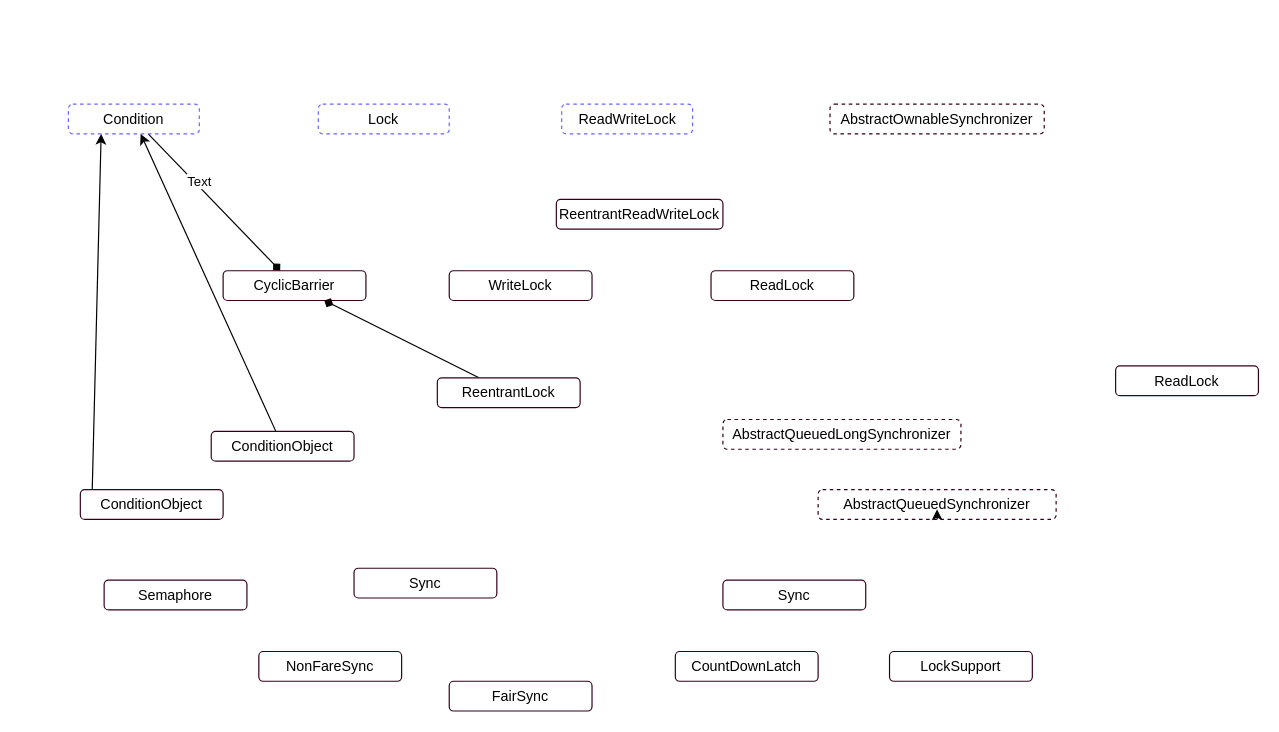
Earlier version of the draw.io diagram 未命名绘图.drawio (Burny-Tech/Burny-drawio). Source tidied: cells renumbered, new cells numbered last; positions are measured from the earlier drawing's top-left corner, leaving out a move shared by most shapes. Both pictures are drawn from the tidied source at 119%, with x=0, y=0 at pixel (68, 104).
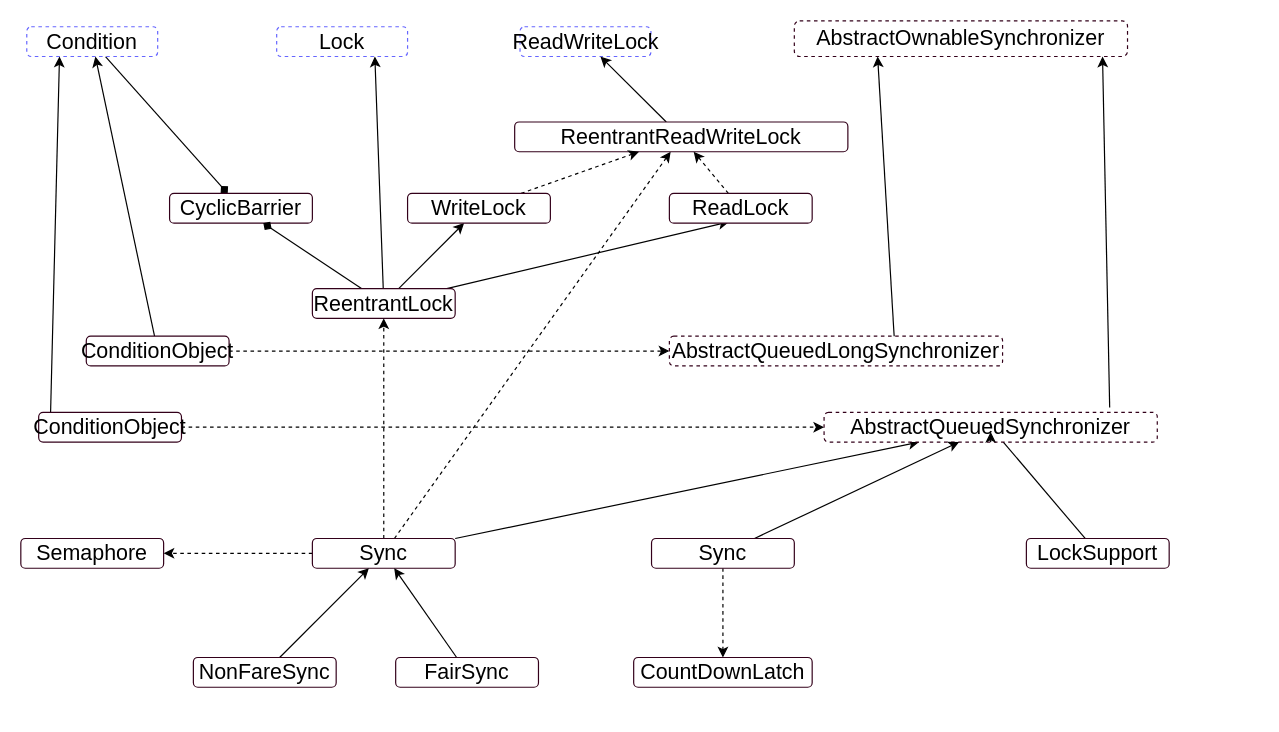
The same page after the edit.

Commit message (it also covers changes not shown here):
更新未命名绘图.drawio

Diff of the diagram source:
```diff
@@
-    <mxCell id="2" style="edgeStyle=none;rounded=0;jettySize=auto;html=1;startArrow=none;startFill=0;endArrow=diamond;endFill=1;" parent="1" edge="1" source="4" target="8">
+    <mxCell id="2" style="edgeStyle=none;rounded=0;jettySize=auto;html=1;startArrow=none;startFill=0;endArrow=diamond;endFill=1;fontSize=18;" parent="1" edge="1" source="4" target="8">
       <mxGeometry relative="1" as="geometry" />
     </mxCell>
-    <mxCell id="3" value="Text" style="edgeLabel;html=1;align=center;verticalAlign=middle;" parent="2" vertex="1">
-      <mxGeometry x="-0.29" y="2" relative="1" as="geometry">
-        <mxPoint x="1" as="offset" />
-      </mxGeometry>
-    </mxCell>
-    <mxCell id="4" value="Condition" style="rounded=1;whiteSpace=wrap;html=1;dashed=1;strokeColor=#6666FF;" parent="1" vertex="1">
-      <mxGeometry width="110" height="25" as="geometry" />
+    <mxCell id="4" value="Condition" style="rounded=1;whiteSpace=wrap;html=1;dashed=1;strokeColor=#6666FF;fontSize=18;" parent="1" vertex="1">
+      <mxGeometry x="-35" y="-65" width="110" height="25" as="geometry" />
     </mxCell>
-    <mxCell id="5" value="Lock" style="rounded=1;whiteSpace=wrap;html=1;dashed=1;strokeColor=#6666FF;" parent="1" vertex="1">
-      <mxGeometry x="210" width="110" height="25" as="geometry" />
+    <mxCell id="5" value="Lock" style="rounded=1;whiteSpace=wrap;html=1;dashed=1;strokeColor=#6666FF;fontSize=18;" parent="1" vertex="1">
+      <mxGeometry x="175" y="-65" width="110" height="25" as="geometry" />
     </mxCell>
-    <mxCell id="6" value="ReadWriteLock" style="rounded=1;whiteSpace=wrap;html=1;dashed=1;strokeColor=#6666FF;" parent="1" vertex="1">
-      <mxGeometry x="414.5" width="110" height="25" as="geometry" />
+    <mxCell id="6" value="ReadWriteLock" style="rounded=1;whiteSpace=wrap;html=1;dashed=1;strokeColor=#6666FF;fontSize=18;" parent="1" vertex="1">
+      <mxGeometry x="379.5" y="-65" width="110" height="25" as="geometry" />
     </mxCell>
-    <mxCell id="7" value="AbstractOwnableSynchronizer" style="rounded=1;whiteSpace=wrap;html=1;dashed=1;strokeColor=#33001A;" parent="1" vertex="1">
-      <mxGeometry x="640" width="180" height="25" as="geometry" />
+    <mxCell id="7" value="AbstractOwnableSynchronizer" style="rounded=1;whiteSpace=wrap;html=1;dashed=1;strokeColor=#33001A;fontSize=18;" parent="1" vertex="1">
+      <mxGeometry x="610" y="-70" width="280" height="30" as="geometry" />
     </mxCell>
-    <mxCell id="8" value="CyclicBarrier" style="rounded=1;whiteSpace=wrap;html=1;strokeColor=#33001A;" parent="1" vertex="1">
-      <mxGeometry x="130" y="140" width="120" height="25" as="geometry" />
+    <mxCell id="8" value="CyclicBarrier" style="rounded=1;whiteSpace=wrap;html=1;strokeColor=#33001A;fontSize=18;" parent="1" vertex="1">
+      <mxGeometry x="85" y="75" width="120" height="25" as="geometry" />
     </mxCell>
-    <mxCell id="9" style="edgeStyle=none;rounded=0;jettySize=auto;html=1;startArrow=none;startFill=0;endArrow=diamond;endFill=1;" parent="1" edge="1" source="10" target="8">
+    <mxCell id="9" style="edgeStyle=none;rounded=0;jettySize=auto;html=1;startArrow=none;startFill=0;endArrow=diamond;endFill=1;fontSize=18;" parent="1" edge="1" source="10" target="8">
       <mxGeometry relative="1" as="geometry" />
     </mxCell>
+    <mxCell id="29" style="edgeStyle=none;rounded=0;jettySize=auto;html=1;entryX=0.75;entryY=1;entryDx=0;entryDy=0;startArrow=none;startFill=0;endArrow=classic;endFill=1;fontSize=18;" parent="1" edge="1" source="10" target="5">
+      <mxGeometry relative="1" as="geometry" />
+    </mxCell>
+    <mxCell id="30" style="edgeStyle=none;rounded=0;jettySize=auto;html=1;startArrow=none;startFill=0;endArrow=classic;endFill=1;fontSize=18;" parent="1" edge="1" source="10" target="20">
+      <mxGeometry relative="1" as="geometry" />
+    </mxCell>
+    <mxCell id="31" style="edgeStyle=none;rounded=0;jettySize=auto;html=1;entryX=0.417;entryY=0.96;entryDx=0;entryDy=0;entryPerimeter=0;startArrow=none;startFill=0;endArrow=classic;endFill=1;fontSize=18;" parent="1" edge="1" source="10" target="21">
+      <mxGeometry relative="1" as="geometry" />
+    </mxCell>
-    <mxCell id="10" value="ReentrantLock" style="rounded=1;whiteSpace=wrap;html=1;strokeColor=#33001A;" parent="1" vertex="1">
-      <mxGeometry x="310" y="230" width="120" height="25" as="geometry" />
+    <mxCell id="10" value="ReentrantLock" style="rounded=1;whiteSpace=wrap;html=1;strokeColor=#33001A;fontSize=18;" parent="1" vertex="1">
+      <mxGeometry x="205" y="155" width="120" height="25" as="geometry" />
     </mxCell>
-    <mxCell id="11" value="Semaphore" style="rounded=1;whiteSpace=wrap;html=1;strokeColor=#33001A;" parent="1" vertex="1">
-      <mxGeometry x="30" y="400" width="120" height="25" as="geometry" />
+    <mxCell id="11" value="Semaphore" style="rounded=1;whiteSpace=wrap;html=1;strokeColor=#33001A;fontSize=18;" parent="1" vertex="1">
+      <mxGeometry x="-40" y="365" width="120" height="25" as="geometry" />
     </mxCell>
-    <mxCell id="12" style="rounded=0;jettySize=auto;html=1;entryX=0.25;entryY=1;entryDx=0;entryDy=0;startArrow=none;startFill=0;exitX=0.083;exitY=0.08;exitDx=0;exitDy=0;exitPerimeter=0;" parent="1" edge="1" source="13" target="4">
+    <mxCell id="12" style="rounded=0;jettySize=auto;html=1;entryX=0.25;entryY=1;entryDx=0;entryDy=0;startArrow=none;startFill=0;exitX=0.083;exitY=0.08;exitDx=0;exitDy=0;exitPerimeter=0;fontSize=18;" parent="1" edge="1" source="13" target="4">
       <mxGeometry relative="1" as="geometry" />
     </mxCell>
+    <mxCell id="32" style="edgeStyle=none;rounded=0;jettySize=auto;html=1;startArrow=none;startFill=0;endArrow=classic;endFill=1;dashed=1;fontSize=18;" parent="1" edge="1" source="13" target="24">
+      <mxGeometry relative="1" as="geometry" />
+    </mxCell>
-    <mxCell id="13" value="ConditionObject" style="rounded=1;whiteSpace=wrap;html=1;strokeColor=#33001A;" parent="1" vertex="1">
-      <mxGeometry x="10" y="324" width="120" height="25" as="geometry" />
+    <mxCell id="13" value="ConditionObject" style="rounded=1;whiteSpace=wrap;html=1;strokeColor=#33001A;fontSize=18;" parent="1" vertex="1">
+      <mxGeometry x="-25" y="259" width="120" height="25" as="geometry" />
     </mxCell>
+    <mxCell id="33" style="edgeStyle=none;rounded=0;jettySize=auto;html=1;dashed=1;startArrow=none;startFill=0;endArrow=classic;endFill=1;fontSize=18;" parent="1" edge="1" source="14" target="11">
+      <mxGeometry relative="1" as="geometry" />
+    </mxCell>
+    <mxCell id="34" style="edgeStyle=none;rounded=0;jettySize=auto;html=1;startArrow=none;startFill=0;endArrow=classic;endFill=1;fontSize=18;" parent="1" edge="1" source="14" target="24">
+      <mxGeometry relative="1" as="geometry" />
+    </mxCell>
+    <mxCell id="35" style="edgeStyle=none;rounded=0;jettySize=auto;html=1;fontSize=18;startArrow=none;startFill=0;endArrow=classic;endFill=1;dashed=1;" parent="1" edge="1" source="14" target="10">
+      <mxGeometry relative="1" as="geometry" />
+    </mxCell>
+    <mxCell id="36" style="edgeStyle=none;rounded=0;jettySize=auto;html=1;dashed=1;fontSize=18;startArrow=none;startFill=0;endArrow=classic;endFill=1;" parent="1" edge="1" source="14" target="19">
+      <mxGeometry relative="1" as="geometry" />
+    </mxCell>
-    <mxCell id="14" value="Sync" style="rounded=1;whiteSpace=wrap;html=1;strokeColor=#33001A;" parent="1" vertex="1">
-      <mxGeometry x="240" y="390" width="120" height="25" as="geometry" />
+    <mxCell id="14" value="Sync" style="rounded=1;whiteSpace=wrap;html=1;strokeColor=#33001A;fontSize=18;" parent="1" vertex="1">
+      <mxGeometry x="205" y="365" width="120" height="25" as="geometry" />
     </mxCell>
+    <mxCell id="37" style="edgeStyle=none;rounded=0;jettySize=auto;html=1;startArrow=none;startFill=0;endArrow=classic;endFill=1;fontSize=18;" parent="1" edge="1" source="15" target="14">
+      <mxGeometry relative="1" as="geometry" />
+    </mxCell>
-    <mxCell id="15" value="FairSync" style="rounded=1;whiteSpace=wrap;html=1;strokeColor=#33001A;" parent="1" vertex="1">
-      <mxGeometry x="320" y="485" width="120" height="25" as="geometry" />
+    <mxCell id="15" value="FairSync" style="rounded=1;whiteSpace=wrap;html=1;strokeColor=#33001A;fontSize=18;" parent="1" vertex="1">
+      <mxGeometry x="275" y="465" width="120" height="25" as="geometry" />
     </mxCell>
+    <mxCell id="38" style="edgeStyle=none;rounded=0;jettySize=auto;html=1;startArrow=none;startFill=0;endArrow=classic;endFill=1;fontSize=18;" parent="1" edge="1" source="16" target="14">
+      <mxGeometry relative="1" as="geometry" />
+    </mxCell>
-    <mxCell id="16" value="NonFareSync" style="rounded=1;whiteSpace=wrap;html=1;strokeColor=#33001A;" parent="1" vertex="1">
-      <mxGeometry x="160" y="460" width="120" height="25" as="geometry" />
+    <mxCell id="16" value="NonFareSync" style="rounded=1;whiteSpace=wrap;html=1;strokeColor=#33001A;fontSize=18;" parent="1" vertex="1">
+      <mxGeometry x="105" y="465" width="120" height="25" as="geometry" />
     </mxCell>
-    <mxCell id="17" style="edgeStyle=none;rounded=0;jettySize=auto;html=1;startArrow=none;startFill=0;" parent="1" edge="1" source="18" target="4">
+    <mxCell id="17" style="edgeStyle=none;rounded=0;jettySize=auto;html=1;startArrow=none;startFill=0;fontSize=18;" parent="1" edge="1" source="18" target="4">
       <mxGeometry relative="1" as="geometry" />
     </mxCell>
+    <mxCell id="39" style="edgeStyle=none;rounded=0;jettySize=auto;html=1;startArrow=none;startFill=0;endArrow=classic;endFill=1;dashed=1;fontSize=18;" parent="1" edge="1" source="18" target="23">
+      <mxGeometry relative="1" as="geometry" />
+    </mxCell>
-    <mxCell id="18" value="ConditionObject" style="rounded=1;whiteSpace=wrap;html=1;strokeColor=#33001A;" parent="1" vertex="1">
-      <mxGeometry x="120" y="275" width="120" height="25" as="geometry" />
+    <mxCell id="18" value="ConditionObject" style="rounded=1;whiteSpace=wrap;html=1;strokeColor=#33001A;fontSize=18;" parent="1" vertex="1">
+      <mxGeometry x="15" y="195" width="120" height="25" as="geometry" />
     </mxCell>
+    <mxCell id="40" style="edgeStyle=none;rounded=0;jettySize=auto;html=1;startArrow=none;startFill=0;endArrow=classic;endFill=1;fontSize=18;" parent="1" edge="1" source="19" target="6">
+      <mxGeometry relative="1" as="geometry" />
+    </mxCell>
-    <mxCell id="19" value="ReentrantReadWriteLock" style="rounded=1;whiteSpace=wrap;html=1;strokeColor=#33001A;" parent="1" vertex="1">
-      <mxGeometry x="410" y="80" width="140" height="25" as="geometry" />
+    <mxCell id="19" value="ReentrantReadWriteLock" style="rounded=1;whiteSpace=wrap;html=1;strokeColor=#33001A;fontSize=18;" parent="1" vertex="1">
+      <mxGeometry x="375" y="15" width="280" height="25" as="geometry" />
     </mxCell>
+    <mxCell id="41" style="edgeStyle=none;rounded=0;jettySize=auto;html=1;startArrow=none;startFill=0;endArrow=classic;endFill=1;dashed=1;fontSize=18;" parent="1" edge="1" source="20" target="19">
+      <mxGeometry relative="1" as="geometry" />
+    </mxCell>
-    <mxCell id="20" value="WriteLock" style="rounded=1;whiteSpace=wrap;html=1;strokeColor=#33001A;" parent="1" vertex="1">
-      <mxGeometry x="320" y="140" width="120" height="25" as="geometry" />
+    <mxCell id="20" value="WriteLock" style="rounded=1;whiteSpace=wrap;html=1;strokeColor=#33001A;fontSize=18;" parent="1" vertex="1">
+      <mxGeometry x="285" y="75" width="120" height="25" as="geometry" />
     </mxCell>
+    <mxCell id="42" style="edgeStyle=none;rounded=0;jettySize=auto;html=1;dashed=1;startArrow=none;startFill=0;endArrow=classic;endFill=1;fontSize=18;" parent="1" edge="1" source="21" target="19">
+      <mxGeometry relative="1" as="geometry" />
+    </mxCell>
-    <mxCell id="21" value="ReadLock" style="rounded=1;whiteSpace=wrap;html=1;strokeColor=#33001A;" parent="1" vertex="1">
-      <mxGeometry x="540" y="140" width="120" height="25" as="geometry" />
+    <mxCell id="21" value="ReadLock" style="rounded=1;whiteSpace=wrap;html=1;strokeColor=#33001A;fontSize=18;" parent="1" vertex="1">
+      <mxGeometry x="505" y="75" width="120" height="25" as="geometry" />
     </mxCell>
-    <mxCell id="22" value="ReadLock" style="rounded=1;whiteSpace=wrap;html=1;strokeColor=#33001A;" parent="1" vertex="1">
-      <mxGeometry x="880" y="220" width="120" height="25" as="geometry" />
-    </mxCell>
+    <mxCell id="43" style="edgeStyle=none;rounded=0;jettySize=auto;html=1;startArrow=none;startFill=0;endArrow=classic;endFill=1;fontSize=18;exitX=0.675;exitY=0.08;exitDx=0;exitDy=0;exitPerimeter=0;entryX=0.25;entryY=1;entryDx=0;entryDy=0;" parent="1" edge="1" source="23" target="7">
+      <mxGeometry relative="1" as="geometry" />
+    </mxCell>
-    <mxCell id="23" value="AbstractQueuedLongSynchronizer" style="rounded=1;whiteSpace=wrap;html=1;strokeColor=#33001A;dashed=1;" parent="1" vertex="1">
-      <mxGeometry x="550" y="265" width="200" height="25" as="geometry" />
+    <mxCell id="23" value="AbstractQueuedLongSynchronizer" style="rounded=1;whiteSpace=wrap;html=1;strokeColor=#33001A;dashed=1;fontSize=18;" parent="1" vertex="1">
+      <mxGeometry x="505" y="195" width="280" height="25" as="geometry" />
     </mxCell>
+    <mxCell id="44" style="edgeStyle=none;rounded=0;jettySize=auto;html=1;startArrow=none;startFill=0;endArrow=classic;endFill=1;fontSize=18;entryX=0.925;entryY=1;entryDx=0;entryDy=0;entryPerimeter=0;" parent="1" edge="1" target="7">
+      <mxGeometry relative="1" as="geometry">
+        <mxPoint x="875" y="255" as="sourcePoint" />
+      </mxGeometry>
+    </mxCell>
+    <mxCell id="45" style="edgeStyle=none;rounded=0;jettySize=auto;html=1;startArrow=none;startFill=0;endArrow=none;endFill=0;fontSize=18;" parent="1" edge="1" source="24" target="27">
+      <mxGeometry relative="1" as="geometry" />
+    </mxCell>
-    <mxCell id="24" value="AbstractQueuedSynchronizer" style="rounded=1;whiteSpace=wrap;html=1;strokeColor=#33001A;dashed=1;" parent="1" vertex="1">
-      <mxGeometry x="630" y="324" width="200" height="25" as="geometry" />
+    <mxCell id="24" value="AbstractQueuedSynchronizer" style="rounded=1;whiteSpace=wrap;html=1;strokeColor=#33001A;dashed=1;fontSize=18;" parent="1" vertex="1">
+      <mxGeometry x="635" y="259" width="280" height="25" as="geometry" />
     </mxCell>
+    <mxCell id="46" style="edgeStyle=none;rounded=0;jettySize=auto;html=1;startArrow=none;startFill=0;endArrow=classic;endFill=1;dashed=1;fontSize=18;" parent="1" edge="1" source="25" target="26">
+      <mxGeometry relative="1" as="geometry" />
+    </mxCell>
+    <mxCell id="47" style="edgeStyle=none;rounded=0;jettySize=auto;html=1;startArrow=none;startFill=0;endArrow=classic;endFill=1;fontSize=18;" parent="1" edge="1" source="25" target="24">
+      <mxGeometry relative="1" as="geometry" />
+    </mxCell>
-    <mxCell id="25" value="Sync" style="rounded=1;whiteSpace=wrap;html=1;strokeColor=#33001A;" parent="1" vertex="1">
-      <mxGeometry x="550" y="400" width="120" height="25" as="geometry" />
+    <mxCell id="25" value="Sync" style="rounded=1;whiteSpace=wrap;html=1;strokeColor=#33001A;fontSize=18;" parent="1" vertex="1">
+      <mxGeometry x="490" y="365" width="120" height="25" as="geometry" />
     </mxCell>
-    <mxCell id="26" value="CountDownLatch" style="rounded=1;whiteSpace=wrap;html=1;strokeColor=#33001A;" parent="1" vertex="1">
-      <mxGeometry x="510" y="460" width="120" height="25" as="geometry" />
+    <mxCell id="26" value="CountDownLatch" style="rounded=1;whiteSpace=wrap;html=1;strokeColor=#33001A;fontSize=18;" parent="1" vertex="1">
+      <mxGeometry x="475" y="465" width="150" height="25" as="geometry" />
     </mxCell>
-    <mxCell id="27" value="LockSupport" style="rounded=1;whiteSpace=wrap;html=1;strokeColor=#33001A;" parent="1" vertex="1">
-      <mxGeometry x="690" y="460" width="120" height="25" as="geometry" />
+    <mxCell id="27" value="LockSupport" style="rounded=1;whiteSpace=wrap;html=1;strokeColor=#33001A;fontSize=18;" parent="1" vertex="1">
+      <mxGeometry x="805" y="365" width="120" height="25" as="geometry" />
     </mxCell>
-    <mxCell id="28" style="edgeStyle=orthogonalEdgeStyle;rounded=0;orthogonalLoop=1;jettySize=auto;html=1;exitX=0.5;exitY=1;exitDx=0;exitDy=0;entryX=0.5;entryY=0.66;entryDx=0;entryDy=0;entryPerimeter=0;" parent="1" edge="1" source="24" target="24">
+    <mxCell id="28" style="edgeStyle=orthogonalEdgeStyle;rounded=0;orthogonalLoop=1;jettySize=auto;html=1;exitX=0.5;exitY=1;exitDx=0;exitDy=0;entryX=0.5;entryY=0.66;entryDx=0;entryDy=0;entryPerimeter=0;fontSize=18;" parent="1" edge="1" source="24" target="24">
       <mxGeometry relative="1" as="geometry" />
     </mxCell>
```
